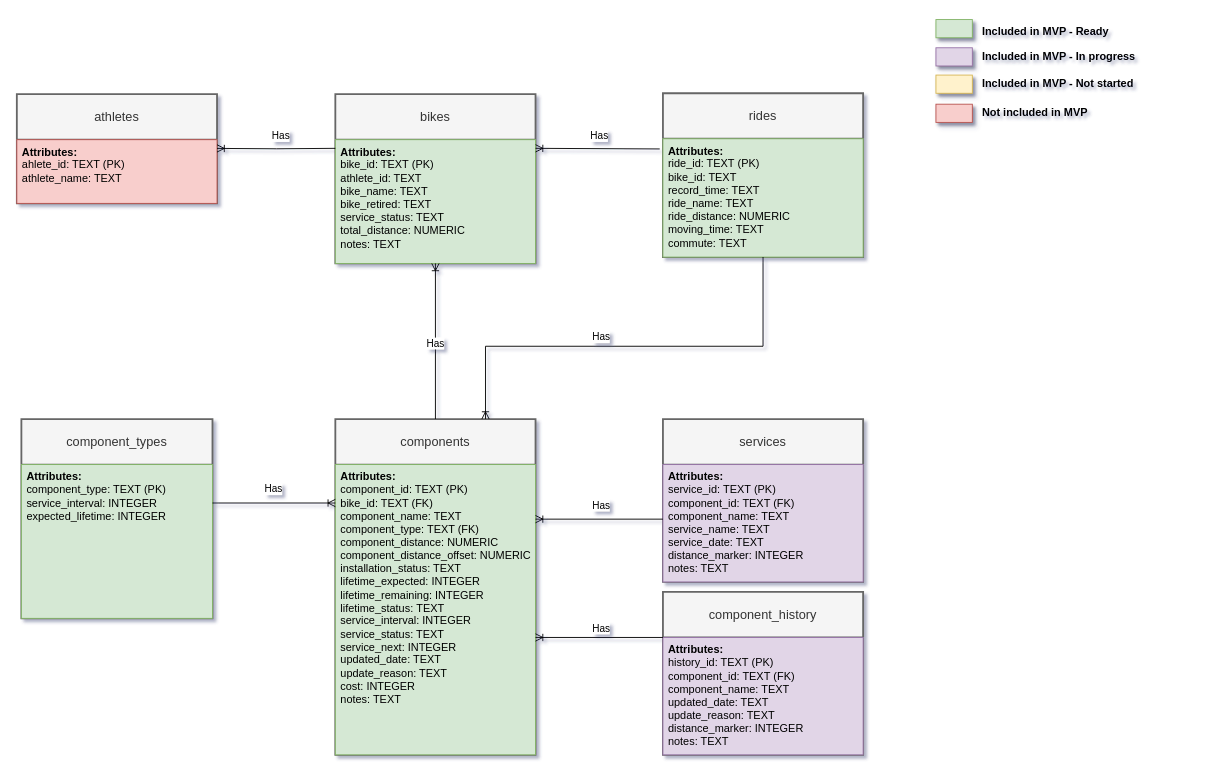
The draw.io diagram page "Database structure" (5 of 7) of docs/all_diagrams.drawio in xivind/velo-supervisor-2000, before the edit. Source tidied: cells renumbered, new cells numbered last; positions are measured from the earlier drawing's top-left corner, leaving out a move shared by most shapes. Both pictures are drawn from the tidied source at 91%, with x=0, y=0 at pixel (16, 17).
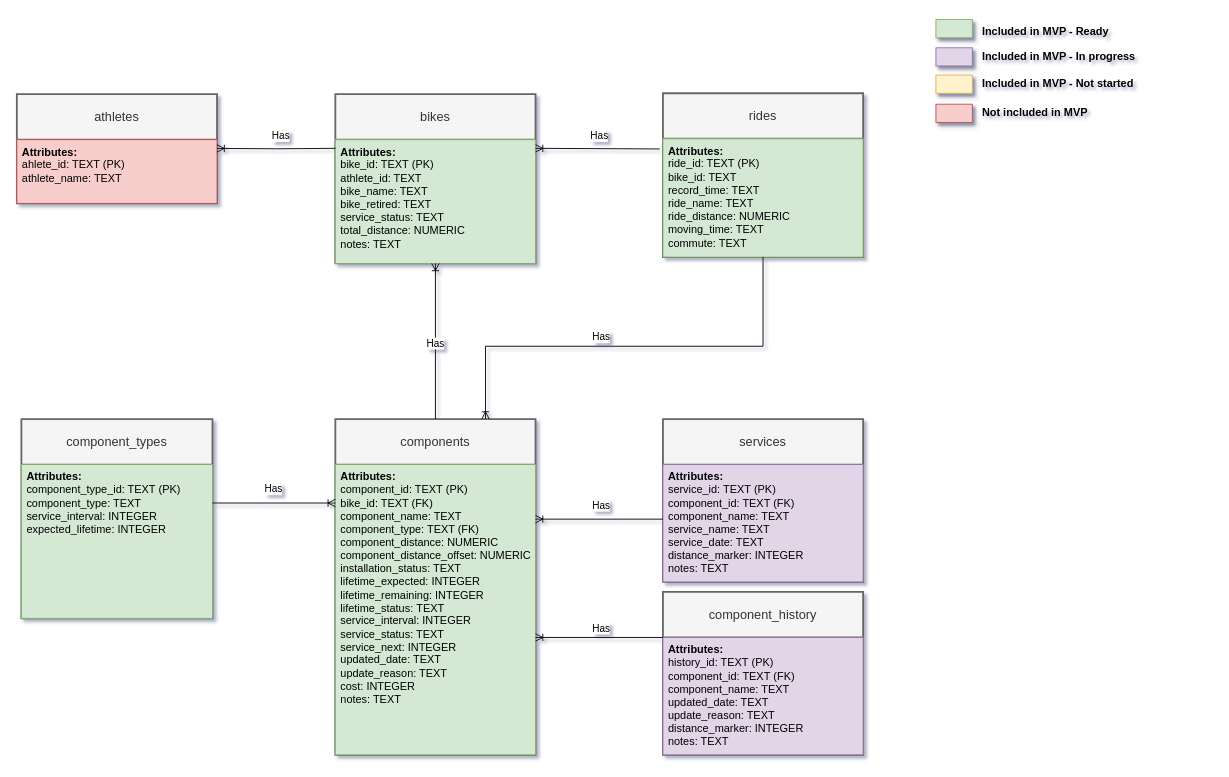
After the change.

The change refers to these unchanged cells:
```xml
<mxCell id="22" value="component_types" style="swimlane;horizontal=1;startSize=50;rounded=0;fontSize=14;fontStyle=0;strokeWidth=2;shadow=0;dashed=0;align=center;arcSize=0;whiteSpace=wrap;html=1;fillColor=#f5f5f5;strokeColor=#666666;fontColor=#333333;" parent="1" vertex="1">
  <mxGeometry x="5" y="441" width="210" height="219" as="geometry" />
</mxCell>
```

What changed in the source:
```diff
@@
-    <mxCell id="23" value="&lt;div&gt;&lt;b&gt;Attributes:&lt;/b&gt;&lt;br&gt;&lt;/div&gt;&lt;div&gt;component_type&lt;span style=&quot;background-color: initial;&quot;&gt;: TEXT&lt;/span&gt;&lt;span style=&quot;background-color: initial;&quot;&gt;&amp;nbsp;(PK)&lt;/span&gt;&lt;/div&gt;&lt;div&gt;service_interval&lt;span style=&quot;background-color: initial;&quot;&gt;: INTEGER&lt;/span&gt;&lt;/div&gt;&lt;div&gt;expected_lifetime&lt;span style=&quot;background-color: initial;&quot;&gt;:&amp;nbsp;&lt;/span&gt;&lt;span style=&quot;background-color: initial;&quot;&gt;INTEGER&lt;/span&gt;&lt;/div&gt;" style="align=left;spacingLeft=4;fontSize=12;verticalAlign=top;html=1;rounded=0;fillColor=#d5e8d4;strokeColor=#82b366;" parent="22" vertex="1">
+    <mxCell id="23" value="&lt;div&gt;&lt;b&gt;Attributes:&lt;/b&gt;&lt;br&gt;&lt;/div&gt;&lt;div&gt;&lt;span style=&quot;background-color: initial;&quot;&gt;component_type_id&lt;/span&gt;&lt;span style=&quot;background-color: initial;&quot;&gt;: TEXT&lt;/span&gt;&lt;span style=&quot;background-color: initial;&quot;&gt;&amp;nbsp;(PK)&lt;/span&gt;&lt;br&gt;&lt;/div&gt;&lt;div&gt;&lt;span style=&quot;background-color: initial;&quot;&gt;component_type&lt;/span&gt;&lt;span style=&quot;background-color: initial;&quot;&gt;: TEXT&lt;/span&gt;&lt;span style=&quot;background-color: initial;&quot;&gt;&amp;nbsp;&lt;/span&gt;&lt;/div&gt;&lt;div&gt;service_interval&lt;span style=&quot;background-color: initial;&quot;&gt;: INTEGER&lt;/span&gt;&lt;/div&gt;&lt;div&gt;expected_lifetime&lt;span style=&quot;background-color: initial;&quot;&gt;:&amp;nbsp;&lt;/span&gt;&lt;span style=&quot;background-color: initial;&quot;&gt;INTEGER&lt;/span&gt;&lt;/div&gt;" style="align=left;spacingLeft=4;fontSize=12;verticalAlign=top;html=1;rounded=0;fillColor=#d5e8d4;strokeColor=#82b366;" parent="22" vertex="1">
       <mxGeometry y="50" width="210" height="169" as="geometry" />
     </mxCell>
```
